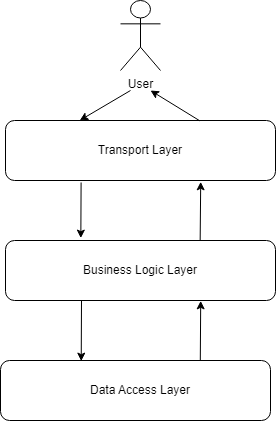
Above: docs/architecture.png in MSSkowron/BookAPI (draw.io), before the change. Source tidied: cells renumbered, new cells last; positions are measured from the earlier drawing's top-left corner, leaving out a move shared by most shapes.
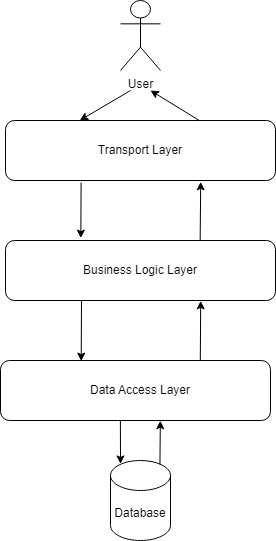
After the change.

Change to the diagram source:
```diff
@@ -47,5 +47,14 @@
         <mxPoint x="150" y="90" as="targetPoint" />
       </mxGeometry>
     </mxCell>
+    <mxCell id="15" value="Database" style="shape=cylinder3;whiteSpace=wrap;html=1;boundedLbl=1;backgroundOutline=1;size=15;" parent="1" vertex="1">
+      <mxGeometry x="110" y="460" width="60" height="80" as="geometry" />
+    </mxCell>
+    <mxCell id="16" style="endArrow=classic;html=1;rounded=0;exitX=0.444;exitY=0.996;exitDx=0;exitDy=0;exitPerimeter=0;entryX=0.167;entryY=0.043;entryDx=0;entryDy=0;entryPerimeter=0;" parent="1" edge="1" source="7" target="15">
+      <mxGeometry relative="1" as="geometry" />
+    </mxCell>
+    <mxCell id="17" style="endArrow=classic;html=1;rounded=0;exitX=0.824;exitY=0.047;exitDx=0;exitDy=0;exitPerimeter=0;entryX=0.592;entryY=1.004;entryDx=0;entryDy=0;entryPerimeter=0;" parent="1" edge="1" source="15" target="7">
+      <mxGeometry relative="1" as="geometry" />
+    </mxCell>
   </root>
 </mxGraphModel>
```
